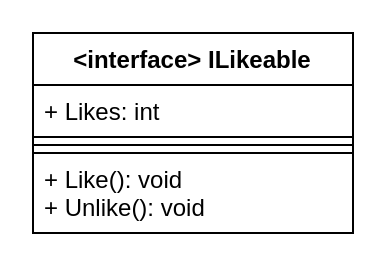
Earlier version of the draw.io diagram Assets/ILikeable.drawio (ucudal/PII_Conceptos_de_POO). Source tidied: cells renumbered, new cells numbered last; positions are measured from the earlier drawing's top-left corner, leaving out a move shared by most shapes. Both pictures are drawn from the tidied source at 200%, with x=0, y=0 at pixel (32, 32).
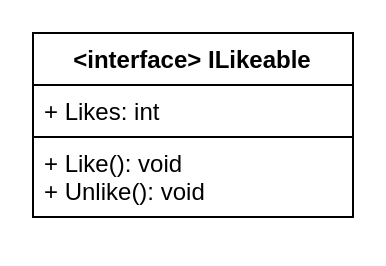
The same page after the edit.

Commit message (it also covers changes not shown here):
Added UML diagrams

What changed in the source:
```diff
@@
 <mxGraphModel background="#FFFFFF">
   <root>
     <mxCell id="0" />
     <mxCell id="1" parent="0" />
     <mxCell id="2" value="&lt;interface&gt; ILikeable" style="swimlane;fontStyle=1;align=center;verticalAlign=top;horizontal=1;startSize=26;fillColor=none;strokeColor=#000000;fontColor=#000000;" parent="1" vertex="1">
-      <mxGeometry width="160" height="100" as="geometry" />
+      <mxGeometry width="160" height="92" as="geometry" />
     </mxCell>
     <mxCell id="3" value="+ Likes: int" style="text;align=left;verticalAlign=top;spacingLeft=4;spacingRight=4;overflow=hidden;strokeColor=#000000;fontColor=#000000;" parent="2" vertex="1">
       <mxGeometry y="26" width="160" height="26" as="geometry" />
     </mxCell>
-    <mxCell id="4" style="line;strokeWidth=1;align=left;verticalAlign=middle;spacingTop=-1;spacingLeft=3;spacingRight=3;labelPosition=right;fillColor=none;strokeColor=#000000;fontColor=#000000;" parent="2" vertex="1">
-      <mxGeometry y="52" width="160" height="8" as="geometry" />
-    </mxCell>
     <mxCell id="5" value="+ Like(): void&#10;+ Unlike(): void" style="text;align=left;verticalAlign=top;spacingLeft=4;spacingRight=4;overflow=hidden;strokeColor=#000000;fontColor=#000000;" parent="2" vertex="1">
-      <mxGeometry y="60" width="160" height="40" as="geometry" />
+      <mxGeometry y="52" width="160" height="40" as="geometry" />
     </mxCell>
   </root>
 </mxGraphModel>
```
